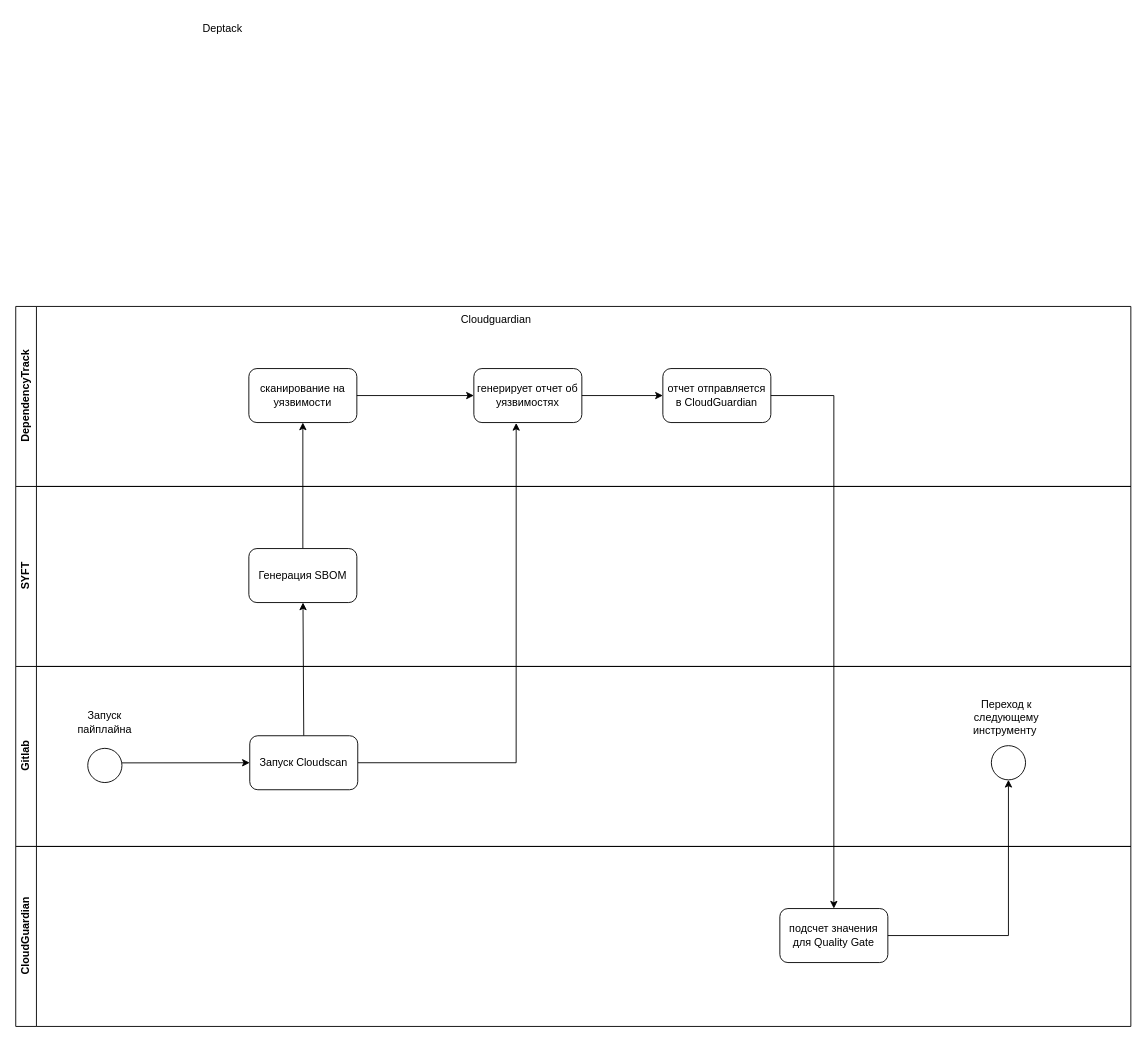
Earlier version of the draw.io diagram SCA.drawio (ayeleth-o-shea/drafts). Source tidied: cells renumbered, new cells numbered last; positions are measured from the earlier drawing's top-left corner, leaving out a move shared by most shapes. Both pictures are drawn from the tidied source at 90%, with x=0, y=0 at pixel (15, 15).
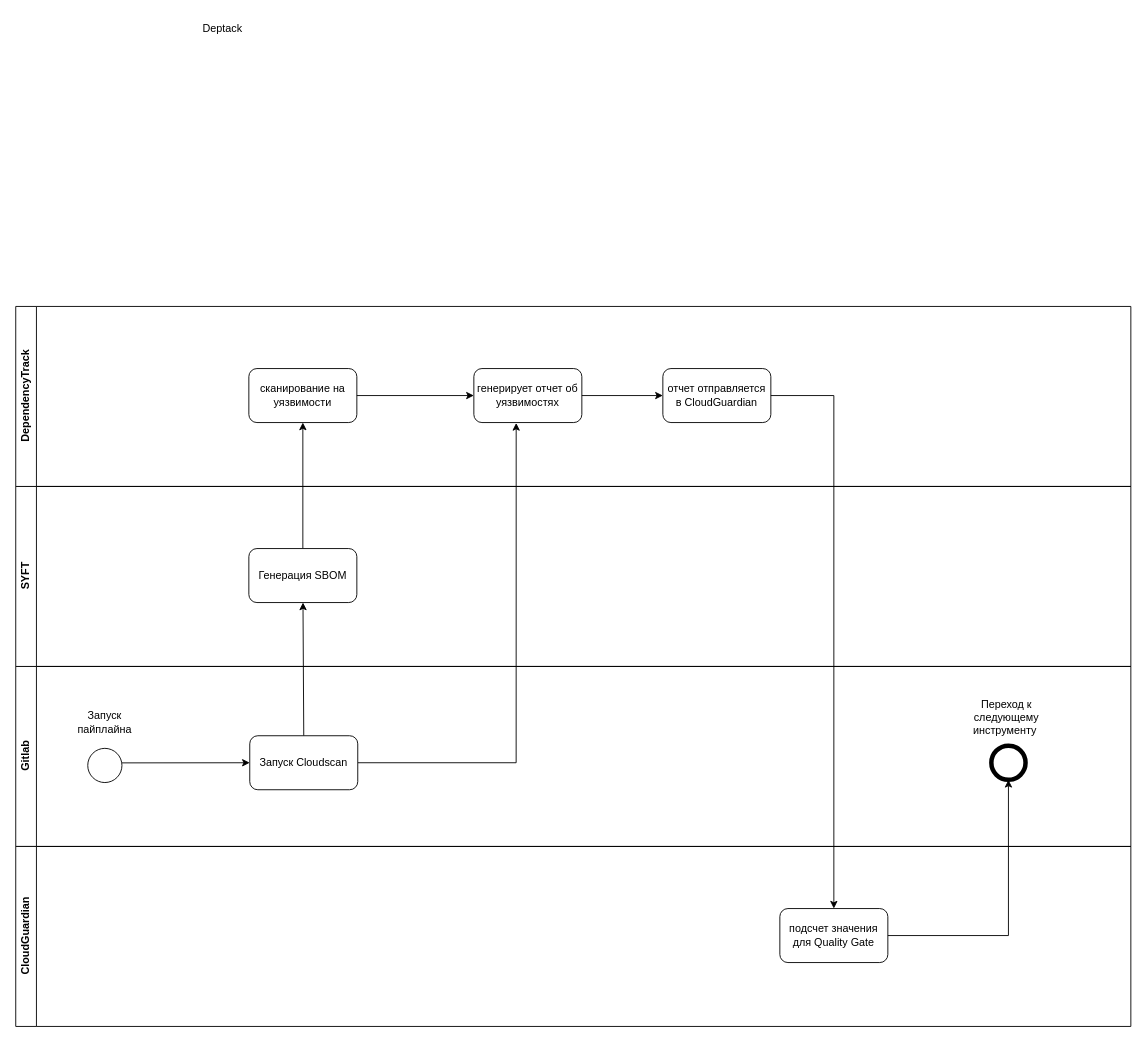
Above is the later version.

The change refers to these unchanged cells:
```xml
<mxCell id="7" value="Gitlab" style="swimlane;horizontal=0;whiteSpace=wrap;html=1;" parent="1" vertex="1">
  <mxGeometry y="723" width="1239" height="200" as="geometry" />
</mxCell>
```

The edit, as a diff of the source:
```diff
@@
-    <mxCell id="6" value="Cloudguardian" style="text;html=1;strokeColor=none;fillColor=none;align=center;verticalAlign=middle;whiteSpace=wrap;rounded=0;" parent="1" vertex="1">
-      <mxGeometry x="499" y="323" width="70" height="30" as="geometry" />
-    </mxCell>
@@
-    <mxCell id="12" style="ellipse;whiteSpace=wrap;html=1;" parent="7" vertex="1">
+    <mxCell id="12" style="ellipse;whiteSpace=wrap;html=1;strokeWidth=5;" parent="7" vertex="1">
       <mxGeometry x="1084" y="88" width="38" height="38" as="geometry" />
     </mxCell>
```
